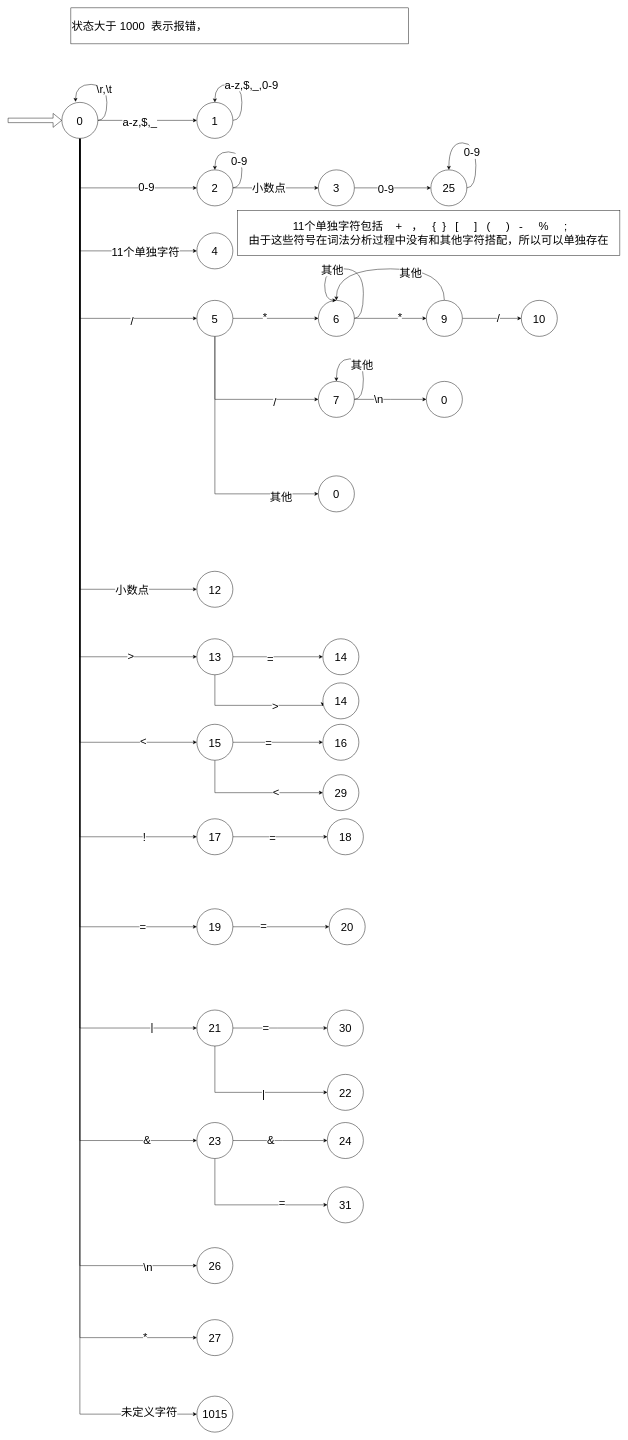
The draw.io diagram 未命名绘图.drawio in getenwind/test, before the edit. Source tidied: cells renumbered, new cells numbered last; positions are measured from the earlier drawing's top-left corner, leaving out a move shared by most shapes. Both pictures are drawn from the tidied source at 45%, with x=0, y=0 at pixel (8, 8).
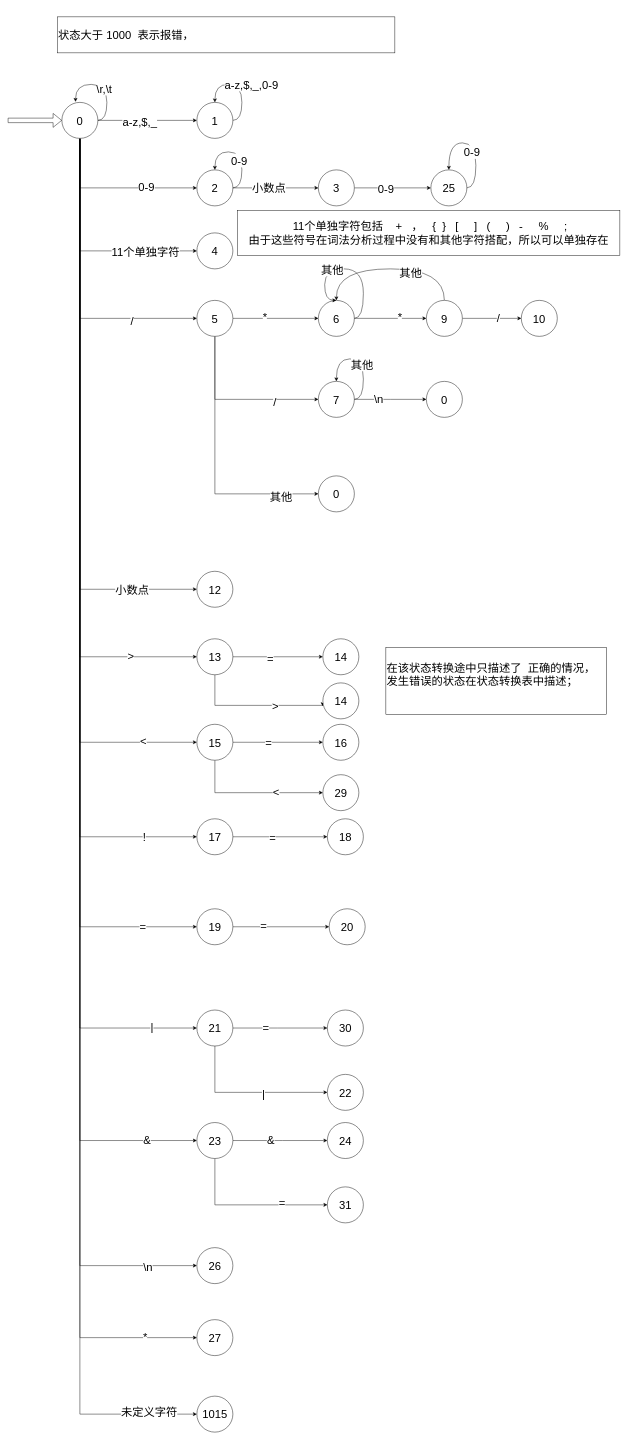
After the change.

Commit message:
更新未命名绘图.drawio

Diff of the diagram source:
```diff
@@
     <mxCell id="92" value="状态大于 1000&amp;nbsp; 表示报错，&lt;div style=&quot;text-align: justify;&quot;&gt;&lt;/div&gt;" style="rounded=0;whiteSpace=wrap;html=1;fontSize=25;align=left;" parent="1" vertex="1">
-      <mxGeometry x="140" width="750" height="80" as="geometry" />
+      <mxGeometry x="110" y="20" width="750" height="80" as="geometry" />
     </mxCell>
@@
+    <mxCell id="116" value="在该状态转换途中只描述了&amp;nbsp; 正确的情况，&lt;br&gt;发生错误的状态在状态转换表中描述；&lt;br&gt;&lt;br&gt;" style="rounded=0;whiteSpace=wrap;html=1;fontSize=25;align=left;" parent="1" vertex="1">
+      <mxGeometry x="840" y="1422" width="490" height="148" as="geometry" />
+    </mxCell>
```
